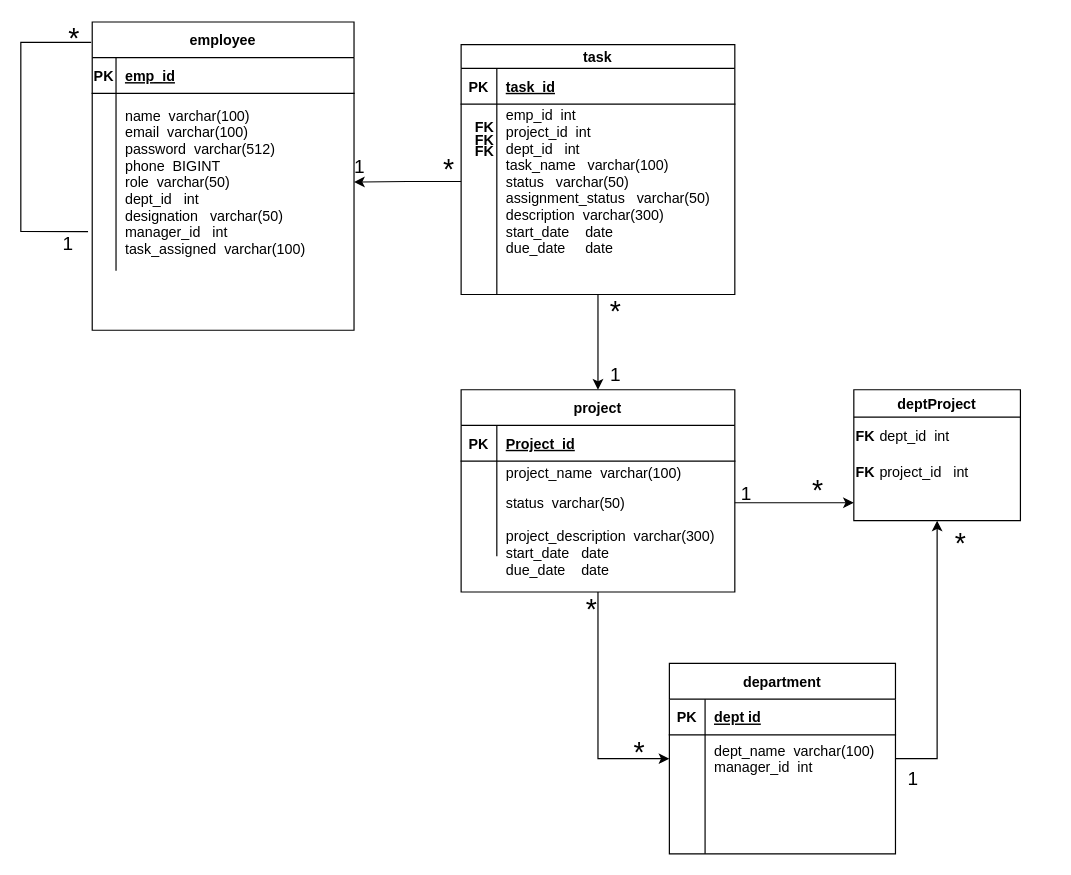
The draw.io diagram page "ER" (2 of 2) of ETMS_complete.drawio in Hks1998/ETMS_Project, before the edit. Source tidied: cells renumbered, new cells numbered last; positions are measured from the earlier drawing's top-left corner, leaving out a move shared by most shapes. Both pictures are drawn from the tidied source at 119%, with x=0, y=0 at pixel (20, 20).
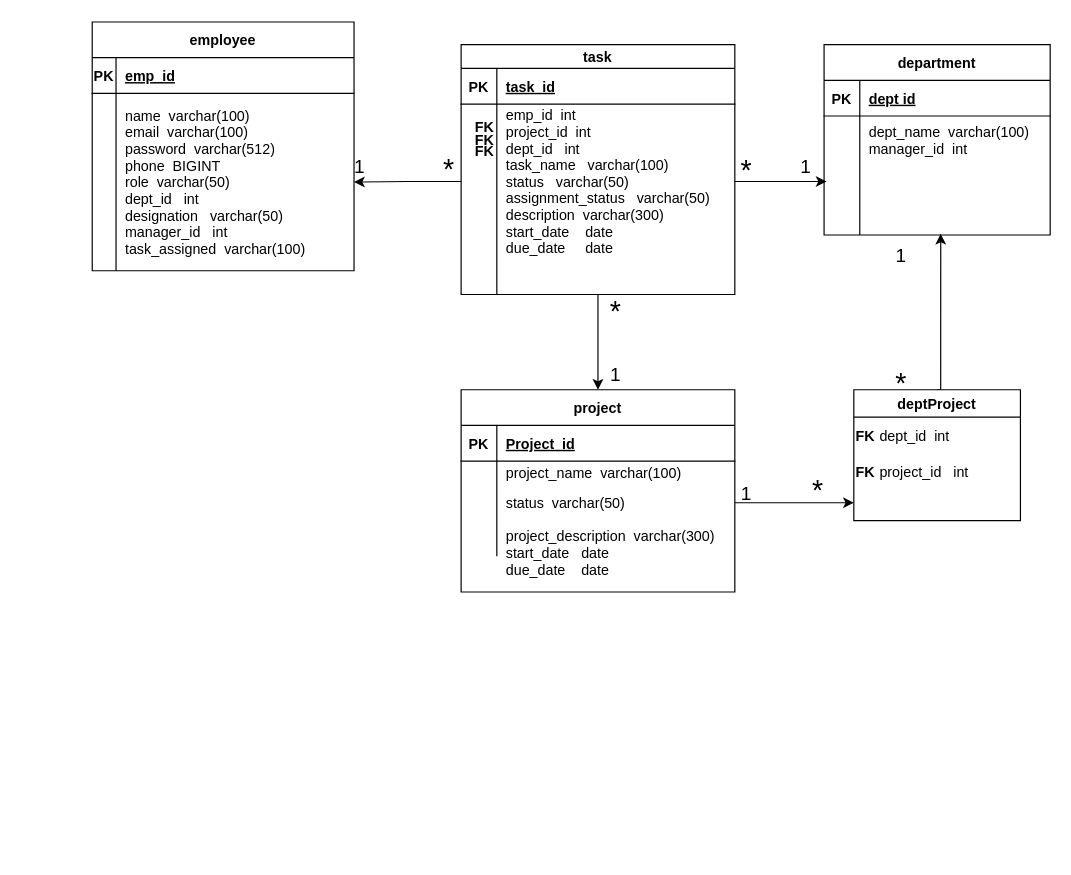
The same page after the edit.

The change refers to these unchanged cells:
```xml
<mxCell id="7" style="shape=partialRectangle;fillColor=none;points=[[0,0.5],[1,0.5]];portConstraint=eastwest;top=0;left=0;right=0;bottom=0;" parent="3" vertex="1">
  <mxGeometry y="50" width="230" height="130" as="geometry" />
</mxCell>
<mxCell id="17" style="shape=partialRectangle;fillColor=none;points=[[0,0.5],[1,0.5]];portConstraint=eastwest;top=0;left=0;right=0;bottom=0;" parent="13" vertex="1">
  <mxGeometry y="60" width="190" height="40" as="geometry" />
</mxCell>
<mxCell id="20" style="shape=partialRectangle;fillColor=none;points=[[0,0.5],[1,0.5]];portConstraint=eastwest;top=0;left=0;right=0;bottom=0;" parent="13" vertex="1">
  <mxGeometry y="100" width="190" height="60" as="geometry" />
</mxCell>
<mxCell id="27" style="shape=partialRectangle;fillColor=none;points=[[0,0.5],[1,0.5]];portConstraint=eastwest;top=0;left=0;right=0;bottom=0;" parent="23" vertex="1">
  <mxGeometry y="60" width="220" height="149" as="geometry" />
</mxCell>
<mxCell id="32" value="project" style="shape=table;startSize=30;childLayout=tableLayout;rowLines=0;fontStyle=1;align=center;" parent="1" vertex="1">
  <mxGeometry x="370" y="310" width="230" height="170" as="geometry" />
</mxCell>
<mxCell id="46" value="deptProject" style="swimlane;" parent="1" vertex="1">
  <mxGeometry x="700" y="310" width="140" height="110" as="geometry" />
</mxCell>
```

The edit, as a diff of the source:
```diff
@@
     <mxCell id="13" value="department" style="shape=table;startSize=30;childLayout=tableLayout;rowLines=0;fontStyle=1;align=center;" parent="1" vertex="1">
-      <mxGeometry x="545" y="540" width="190" height="160" as="geometry" />
+      <mxGeometry x="675" y="20" width="190" height="160" as="geometry" />
     </mxCell>
@@
     <mxCell id="23" value="employee" style="shape=table;startSize=30;childLayout=tableLayout;rowLines=0;fontStyle=1;align=center;" parent="1" vertex="1">
-      <mxGeometry x="60" y="1" width="220" height="259" as="geometry" />
+      <mxGeometry x="60" y="1" width="220" height="209" as="geometry" />
     </mxCell>
@@
-    <mxCell id="30" style="endArrow=none;html=1;rounded=0;fontSize=18;entryX=-0.004;entryY=0.066;entryDx=0;entryDy=0;exitX=-0.016;exitY=0.779;exitDx=0;exitDy=0;exitPerimeter=0;entryPerimeter=0;" parent="23" edge="1" source="27" target="23">
-      <mxGeometry relative="1" as="geometry">
-        <Array as="points">
-          <mxPoint x="-60" y="176" />
-          <mxPoint x="-60" y="17" />
-        </Array>
-      </mxGeometry>
-    </mxCell>
-    <mxCell id="31" style="edgeStyle=orthogonalEdgeStyle;rounded=0;jettySize=auto;html=1;" parent="1" edge="1" source="32" target="17">
-      <mxGeometry relative="1" as="geometry" />
-    </mxCell>
@@
+    <mxCell id="69" style="edgeStyle=orthogonalEdgeStyle;rounded=0;jettySize=auto;html=1;exitX=0.5;exitY=0;exitDx=0;exitDy=0;entryX=0.516;entryY=0.983;entryDx=0;entryDy=0;entryPerimeter=0;" parent="1" edge="1" source="46" target="20">
+      <mxGeometry relative="1" as="geometry">
+        <Array as="points">
+          <mxPoint x="773" y="310" />
+        </Array>
+      </mxGeometry>
+    </mxCell>
@@
-    <mxCell id="50" value="*" style="text;html=1;strokeColor=none;fillColor=none;align=center;verticalAlign=middle;whiteSpace=wrap;rounded=0;fontSize=24;" parent="1" vertex="1">
-      <mxGeometry x="450" y="480" width="60" height="30" as="geometry" />
-    </mxCell>
-    <mxCell id="51" value="*" style="text;html=1;strokeColor=none;fillColor=none;align=center;verticalAlign=middle;whiteSpace=wrap;rounded=0;fontSize=24;" parent="1" vertex="1">
-      <mxGeometry x="490" y="600" width="60" height="30" as="geometry" />
-    </mxCell>
-    <mxCell id="52" style="edgeStyle=orthogonalEdgeStyle;rounded=0;jettySize=auto;html=1;exitX=1;exitY=0.5;exitDx=0;exitDy=0;fontSize=24;" parent="1" edge="1" source="17" target="46">
-      <mxGeometry relative="1" as="geometry" />
-    </mxCell>
@@
-    <mxCell id="58" value="&lt;font size=&quot;3&quot;&gt;1&lt;/font&gt;" style="text;html=1;strokeColor=none;fillColor=none;align=center;verticalAlign=middle;whiteSpace=wrap;rounded=0;fontSize=24;" parent="1" vertex="1">
-      <mxGeometry x="10" y="170" width="60" height="30" as="geometry" />
-    </mxCell>
@@
-    <mxCell id="60" value="*" style="text;html=1;strokeColor=none;fillColor=none;align=center;verticalAlign=middle;whiteSpace=wrap;rounded=0;fontSize=24;" parent="1" vertex="1">
-      <mxGeometry x="30" width="30" height="30" as="geometry" />
-    </mxCell>
@@
     <mxCell id="63" value="&lt;font size=&quot;3&quot;&gt;1&lt;/font&gt;" style="text;html=1;strokeColor=none;fillColor=none;align=center;verticalAlign=middle;whiteSpace=wrap;rounded=0;fontSize=24;" parent="1" vertex="1">
-      <mxGeometry x="720" y="620" width="60" height="30" as="geometry" />
+      <mxGeometry x="710" y="180" width="60" height="30" as="geometry" />
     </mxCell>
     <mxCell id="64" value="*" style="text;html=1;strokeColor=none;fillColor=none;align=center;verticalAlign=middle;whiteSpace=wrap;rounded=0;fontSize=24;" parent="1" vertex="1">
-      <mxGeometry x="760" y="425" width="60" height="30" as="geometry" />
+      <mxGeometry x="710" y="290" width="60" height="30" as="geometry" />
     </mxCell>
@@
+    <mxCell id="70" style="edgeStyle=orthogonalEdgeStyle;rounded=0;jettySize=auto;html=1;exitX=1;exitY=0.5;exitDx=0;exitDy=0;entryX=0.011;entryY=0.25;entryDx=0;entryDy=0;entryPerimeter=0;" parent="1" edge="1" source="7" target="20">
+      <mxGeometry relative="1" as="geometry" />
+    </mxCell>
+    <mxCell id="71" value="*" style="text;html=1;strokeColor=none;fillColor=none;align=center;verticalAlign=middle;whiteSpace=wrap;rounded=0;fontSize=24;" parent="1" vertex="1">
+      <mxGeometry x="600" y="115.5" width="20" height="20" as="geometry" />
+    </mxCell>
+    <mxCell id="58" value="&lt;font size=&quot;3&quot;&gt;1&lt;/font&gt;" style="text;html=1;strokeColor=none;fillColor=none;align=center;verticalAlign=middle;whiteSpace=wrap;rounded=0;fontSize=24;" parent="1" vertex="1">
+      <mxGeometry x="630" y="104.5" width="60" height="30" as="geometry" />
+    </mxCell>
```
